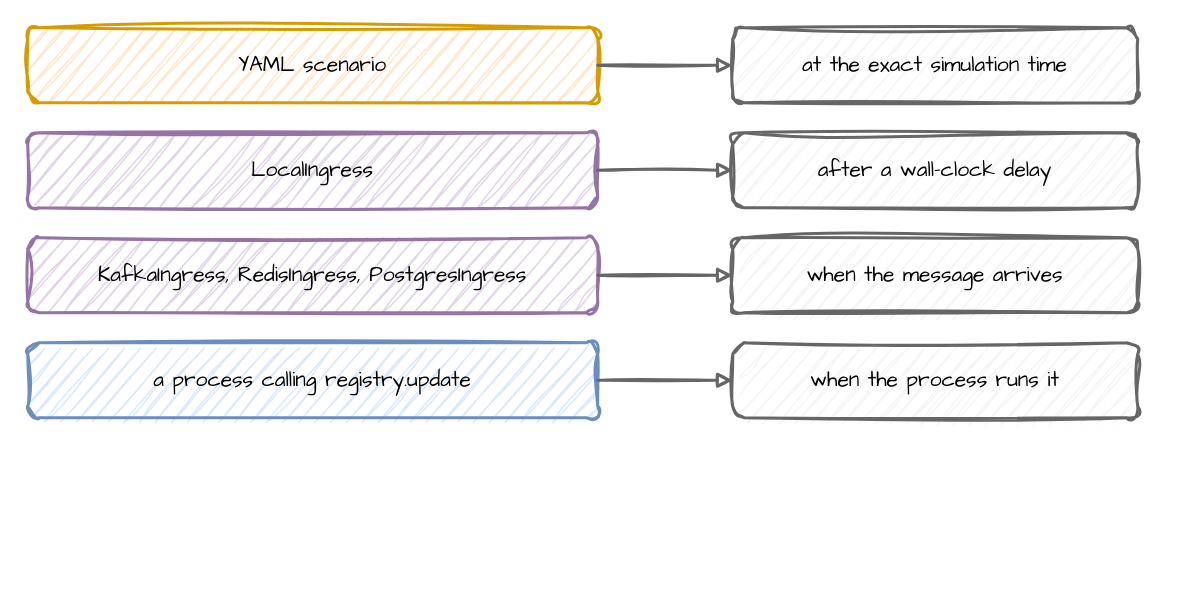
This is docs/assets/diagrams/change-sources.drawio from jaehyeon-kim/desflow, a draw.io file, before an edit. Source tidied: cells renumbered, new cells numbered last; positions are measured from the earlier drawing's top-left corner, leaving out a move shared by most shapes. Both pictures are drawn from the tidied source at 150%, with x=0, y=0 at pixel (27, 27).
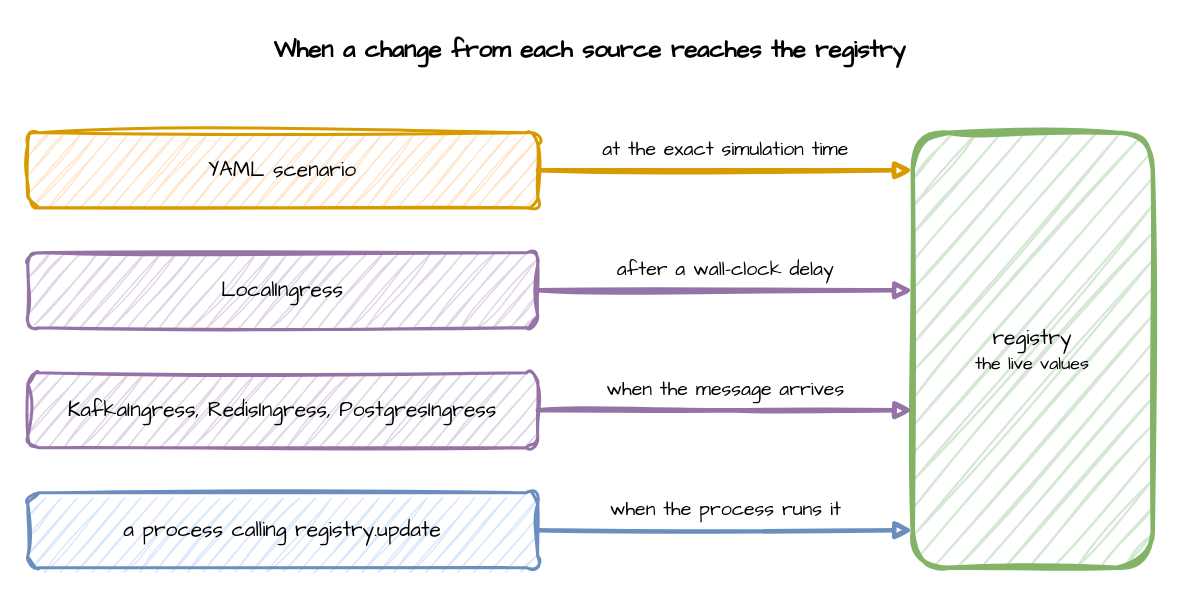
The same diagram, later.

Change to the diagram source:
```diff
@@
 <mxGraphModel>
   <root>
     <mxCell id="0" />
     <mxCell id="1" parent="0" />
+    <mxCell id="14" value="When a change from each source reaches the registry" style="text;html=1;align=center;verticalAlign=middle;whiteSpace=wrap;fontFamily=Comic Sans MS;fontSize=16;fontStyle=1;" parent="1" vertex="1">
+      <mxGeometry width="750" height="30" as="geometry" />
+    </mxCell>
+    <mxCell id="15" value="registry&lt;br&gt;&lt;font style='font-size:12px'&gt;the live values&lt;/font&gt;" style="rounded=1;whiteSpace=wrap;html=1;sketch=1;curveFitting=1;jiggle=2;fontFamily=Comic Sans MS;fontSize=14;fillColor=#d5e8d4;strokeColor=#82b366;strokeWidth=3;" parent="1" vertex="1">
+      <mxGeometry x="590" y="70" width="160" height="290" as="geometry" />
+    </mxCell>
     <mxCell id="2" value="YAML scenario" style="rounded=1;whiteSpace=wrap;html=1;sketch=1;curveFitting=1;jiggle=2;fontFamily=Comic Sans MS;fontSize=14;fillColor=#ffe6cc;strokeColor=#d79b00;strokeWidth=2;" parent="1" vertex="1">
-      <mxGeometry width="380" height="50" as="geometry" />
+      <mxGeometry y="70" width="340" height="50" as="geometry" />
     </mxCell>
-    <mxCell id="3" value="at the exact simulation time" style="rounded=1;whiteSpace=wrap;html=1;sketch=1;curveFitting=1;jiggle=2;fontFamily=Comic Sans MS;fontSize=14;fillColor=#f5f5f5;strokeColor=#666666;strokeWidth=2;" parent="1" vertex="1">
-      <mxGeometry x="470" width="270" height="50" as="geometry" />
+    <mxCell id="3" value="at the exact simulation time" style="edgeStyle=orthogonalEdgeStyle;rounded=0;sketch=1;html=1;strokeWidth=3;endArrow=block;fontFamily=Comic Sans MS;fontSize=13;labelBackgroundColor=#ffffff;strokeColor=#d79b00;exitX=1;exitY=0.5;exitDx=0;exitDy=0;entryX=0;entryY=0.0862;entryDx=0;entryDy=0;" parent="1" edge="1" source="2" target="15">
+      <mxGeometry relative="1" as="geometry">
+        <mxPoint y="-14" as="offset" />
+      </mxGeometry>
     </mxCell>
-    <mxCell id="4" style="edgeStyle=orthogonalEdgeStyle;rounded=0;sketch=1;html=1;strokeWidth=2;endArrow=block;strokeColor=#666666;fontFamily=Comic Sans MS;fontSize=13;labelBackgroundColor=#ffffff;exitX=1;exitY=0.5;exitDx=0;exitDy=0;entryX=0;entryY=0.5;entryDx=0;entryDy=0;" parent="1" edge="1" source="2" target="3">
-      <mxGeometry relative="1" as="geometry" />
-    </mxCell>
     <mxCell id="5" value="LocalIngress" style="rounded=1;whiteSpace=wrap;html=1;sketch=1;curveFitting=1;jiggle=2;fontFamily=Comic Sans MS;fontSize=14;fillColor=#e1d5e7;strokeColor=#9673a6;strokeWidth=2;" parent="1" vertex="1">
-      <mxGeometry y="70" width="380" height="50" as="geometry" />
+      <mxGeometry y="150" width="340" height="50" as="geometry" />
     </mxCell>
-    <mxCell id="6" value="after a wall-clock delay" style="rounded=1;whiteSpace=wrap;html=1;sketch=1;curveFitting=1;jiggle=2;fontFamily=Comic Sans MS;fontSize=14;fillColor=#f5f5f5;strokeColor=#666666;strokeWidth=2;" parent="1" vertex="1">
-      <mxGeometry x="470" y="70" width="270" height="50" as="geometry" />
+    <mxCell id="6" value="after a wall-clock delay" style="edgeStyle=orthogonalEdgeStyle;rounded=0;sketch=1;html=1;strokeWidth=3;endArrow=block;fontFamily=Comic Sans MS;fontSize=13;labelBackgroundColor=#ffffff;strokeColor=#9673a6;exitX=1;exitY=0.5;exitDx=0;exitDy=0;entryX=0;entryY=0.3621;entryDx=0;entryDy=0;" parent="1" edge="1" source="5" target="15">
+      <mxGeometry relative="1" as="geometry">
+        <mxPoint y="-14" as="offset" />
+      </mxGeometry>
     </mxCell>
-    <mxCell id="7" style="edgeStyle=orthogonalEdgeStyle;rounded=0;sketch=1;html=1;strokeWidth=2;endArrow=block;strokeColor=#666666;fontFamily=Comic Sans MS;fontSize=13;labelBackgroundColor=#ffffff;exitX=1;exitY=0.5;exitDx=0;exitDy=0;entryX=0;entryY=0.5;entryDx=0;entryDy=0;" parent="1" edge="1" source="5" target="6">
-      <mxGeometry relative="1" as="geometry" />
-    </mxCell>
     <mxCell id="8" value="KafkaIngress, RedisIngress, PostgresIngress" style="rounded=1;whiteSpace=wrap;html=1;sketch=1;curveFitting=1;jiggle=2;fontFamily=Comic Sans MS;fontSize=14;fillColor=#e1d5e7;strokeColor=#9673a6;strokeWidth=2;" parent="1" vertex="1">
-      <mxGeometry y="140" width="380" height="50" as="geometry" />
+      <mxGeometry y="230" width="340" height="50" as="geometry" />
     </mxCell>
-    <mxCell id="9" value="when the message arrives" style="rounded=1;whiteSpace=wrap;html=1;sketch=1;curveFitting=1;jiggle=2;fontFamily=Comic Sans MS;fontSize=14;fillColor=#f5f5f5;strokeColor=#666666;strokeWidth=2;" parent="1" vertex="1">
-      <mxGeometry x="470" y="140" width="270" height="50" as="geometry" />
+    <mxCell id="9" value="when the message arrives" style="edgeStyle=orthogonalEdgeStyle;rounded=0;sketch=1;html=1;strokeWidth=3;endArrow=block;fontFamily=Comic Sans MS;fontSize=13;labelBackgroundColor=#ffffff;strokeColor=#9673a6;exitX=1;exitY=0.5;exitDx=0;exitDy=0;entryX=0;entryY=0.6379;entryDx=0;entryDy=0;" parent="1" edge="1" source="8" target="15">
+      <mxGeometry relative="1" as="geometry">
+        <mxPoint y="-14" as="offset" />
+      </mxGeometry>
     </mxCell>
-    <mxCell id="10" style="edgeStyle=orthogonalEdgeStyle;rounded=0;sketch=1;html=1;strokeWidth=2;endArrow=block;strokeColor=#666666;fontFamily=Comic Sans MS;fontSize=13;labelBackgroundColor=#ffffff;exitX=1;exitY=0.5;exitDx=0;exitDy=0;entryX=0;entryY=0.5;entryDx=0;entryDy=0;" parent="1" edge="1" source="8" target="9">
-      <mxGeometry relative="1" as="geometry" />
-    </mxCell>
     <mxCell id="11" value="a process calling registry.update" style="rounded=1;whiteSpace=wrap;html=1;sketch=1;curveFitting=1;jiggle=2;fontFamily=Comic Sans MS;fontSize=14;fillColor=#dae8fc;strokeColor=#6c8ebf;strokeWidth=2;" parent="1" vertex="1">
-      <mxGeometry y="210" width="380" height="50" as="geometry" />
+      <mxGeometry y="310" width="340" height="50" as="geometry" />
     </mxCell>
-    <mxCell id="12" value="when the process runs it" style="rounded=1;whiteSpace=wrap;html=1;sketch=1;curveFitting=1;jiggle=2;fontFamily=Comic Sans MS;fontSize=14;fillColor=#f5f5f5;strokeColor=#666666;strokeWidth=2;" parent="1" vertex="1">
-      <mxGeometry x="470" y="210" width="270" height="50" as="geometry" />
+    <mxCell id="12" value="when the process runs it" style="edgeStyle=orthogonalEdgeStyle;rounded=0;sketch=1;html=1;strokeWidth=3;endArrow=block;fontFamily=Comic Sans MS;fontSize=13;labelBackgroundColor=#ffffff;strokeColor=#6c8ebf;exitX=1;exitY=0.5;exitDx=0;exitDy=0;entryX=0;entryY=0.9138;entryDx=0;entryDy=0;" parent="1" edge="1" source="11" target="15">
+      <mxGeometry relative="1" as="geometry">
+        <mxPoint y="-14" as="offset" />
+      </mxGeometry>
     </mxCell>
-    <mxCell id="13" style="edgeStyle=orthogonalEdgeStyle;rounded=0;sketch=1;html=1;strokeWidth=2;endArrow=block;strokeColor=#666666;fontFamily=Comic Sans MS;fontSize=13;labelBackgroundColor=#ffffff;exitX=1;exitY=0.5;exitDx=0;exitDy=0;entryX=0;entryY=0.5;entryDx=0;entryDy=0;" parent="1" edge="1" source="11" target="12">
-      <mxGeometry relative="1" as="geometry" />
-    </mxCell>
   </root>
 </mxGraphModel>
```
